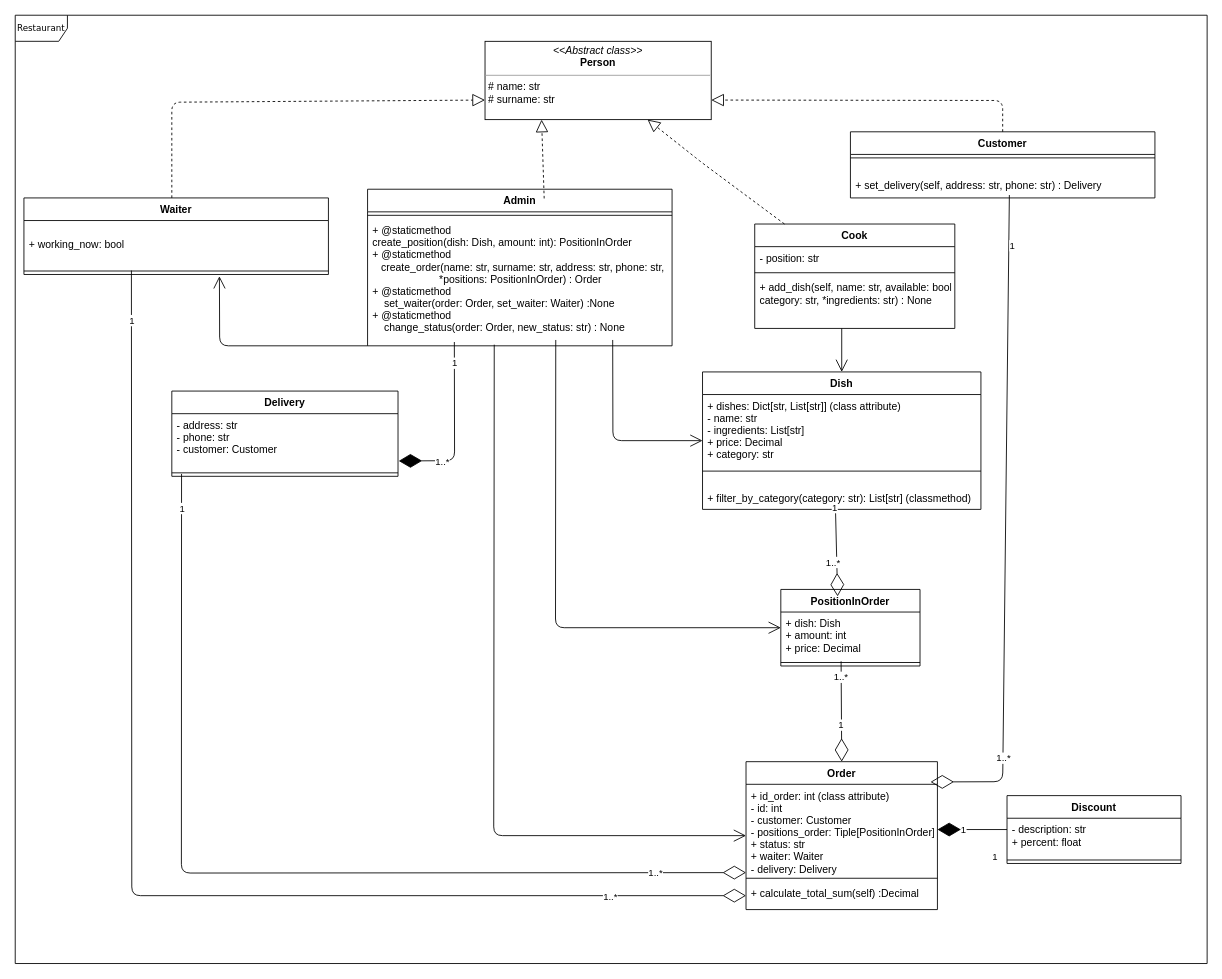
Earlier version of the draw.io diagram python_module/task5/restaurant.drawio (julia-kopysova/python-education). Source tidied: cells renumbered, new cells numbered last; positions are measured from the earlier drawing's top-left corner, leaving out a move shared by most shapes. Both pictures are drawn from the tidied source at 87%, with x=0, y=0 at pixel (15, 15).
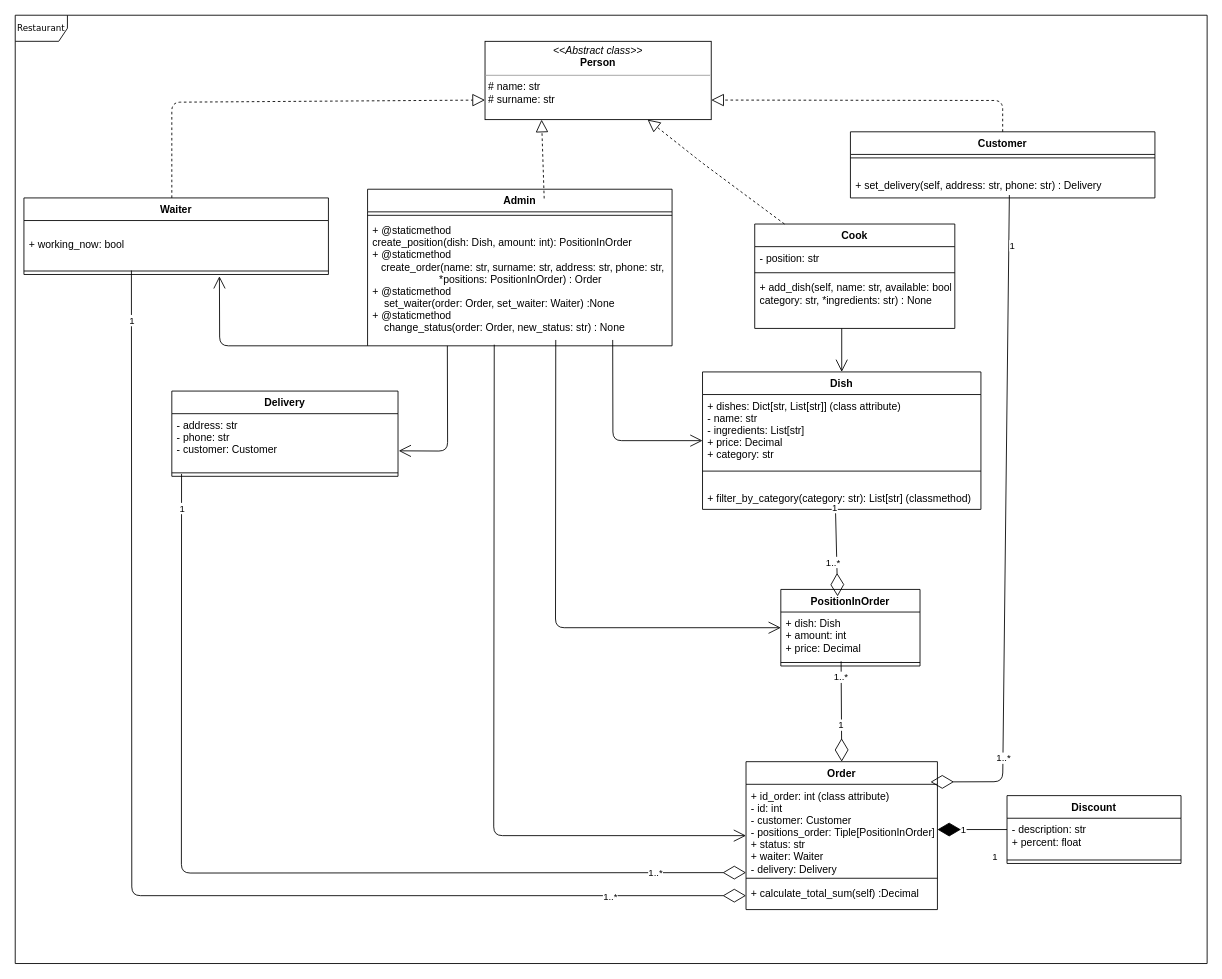
Above is the later version.

Commit message:
Changed relationship between Admin and Delivery 2

The change refers to these unchanged cells:
```xml
<mxCell id="27" value="- address: str&#10;- phone: str&#10;- customer: Customer" style="text;strokeColor=none;fillColor=none;align=left;verticalAlign=top;spacingLeft=4;spacingRight=4;overflow=hidden;points=[[0,0.5],[1,0.5]];portConstraint=eastwest;" parent="26" vertex="1">
  <mxGeometry y="26" width="260" height="64" as="geometry" />
</mxCell>
<mxCell id="35" value="+ @staticmethod &#10;create_position(dish: Dish, amount: int): PositionInOrder&#10;+ @staticmethod&#10;   create_order(name: str, surname: str, address: str, phone: str,&#10;                       *positions: PositionInOrder) : Order&#10;+ @staticmethod&#10;    set_waiter(order: Order, set_waiter: Waiter) :None&#10;+ @staticmethod&#10;    change_status(order: Order, new_status: str) : None" style="text;strokeColor=none;fillColor=none;align=left;verticalAlign=top;spacingLeft=4;spacingRight=4;overflow=hidden;points=[[0,0.5],[1,0.5]];portConstraint=eastwest;" parent="33" vertex="1">
  <mxGeometry y="34" width="350" height="146" as="geometry" />
</mxCell>
```

Change to the diagram source:
```diff
@@
-    <mxCell id="60" style="endArrow=diamondThin;endFill=1;endSize=24;html=1;exitX=0.285;exitY=0.97;exitDx=0;exitDy=0;exitPerimeter=0;entryX=1.003;entryY=0.849;entryDx=0;entryDy=0;entryPerimeter=0;" parent="1" edge="1" source="35" target="27">
+    <mxCell id="60" style="endArrow=open;endFill=1;endSize=12;html=1;exitX=0.262;exitY=1;exitDx=0;exitDy=0;exitPerimeter=0;entryX=1.003;entryY=0.667;entryDx=0;entryDy=0;entryPerimeter=0;" parent="1" edge="1" source="35" target="27">
       <mxGeometry relative="1" as="geometry">
         <Array as="points">
-          <mxPoint x="505" y="512" />
+          <mxPoint x="497" y="501" />
         </Array>
       </mxGeometry>
     </mxCell>
-    <mxCell id="61" value="1" style="edgeLabel;html=1;align=center;verticalAlign=middle;" parent="60" vertex="1">
-      <mxGeometry x="-0.76" relative="1" as="geometry" />
-    </mxCell>
-    <mxCell id="62" value="1..*" style="edgeLabel;html=1;align=center;verticalAlign=middle;" parent="60" vertex="1">
-      <mxGeometry x="0.51" relative="1" as="geometry" />
-    </mxCell>
```
